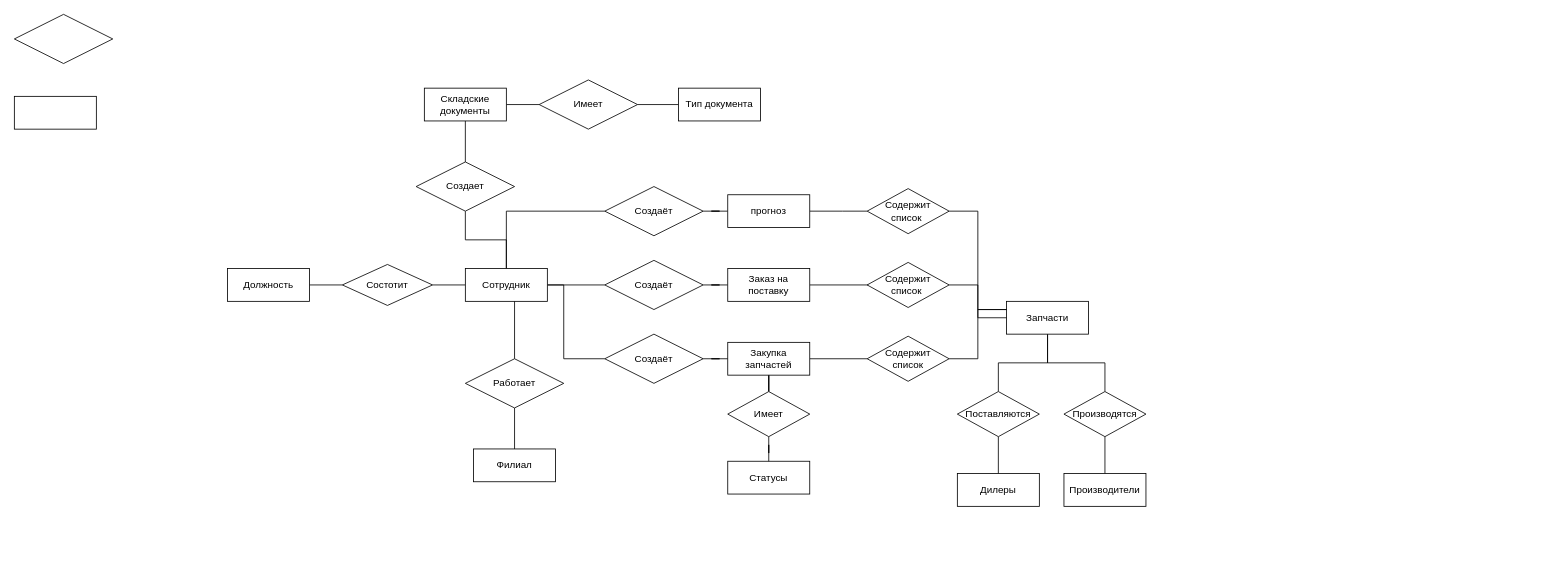
Before: ER модель.drawio in aapoplavskii/Project_Otus_SA, a draw.io diagram. Source tidied: cells renumbered, new cells numbered last; positions are measured from the earlier drawing's top-left corner, leaving out a move shared by most shapes. Both pictures are drawn from the tidied source at 82%, with x=0, y=0 at pixel (14, 14).
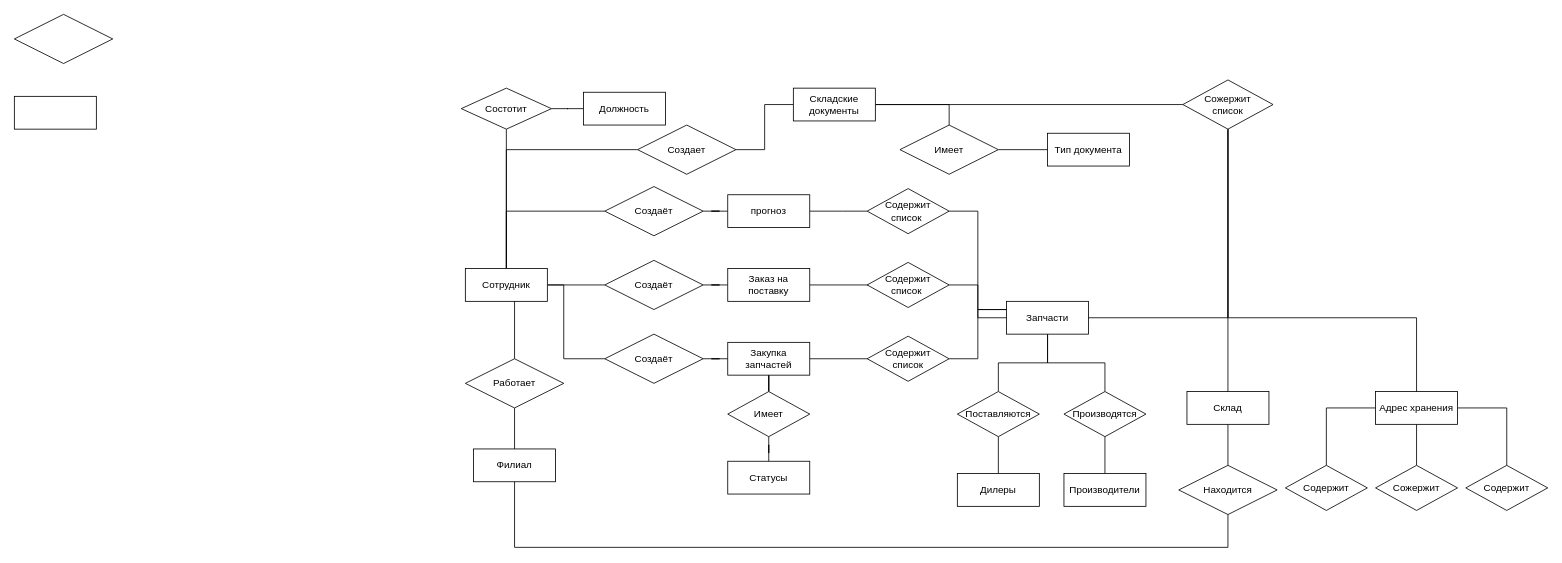
The same page after the edit.

Commit message (it also covers changes not shown here):
доделал er ER модель

Unchanged cells that the change refers to:
```xml
<mxCell id="8" value="Сотрудник" style="whiteSpace=wrap;html=1;align=center;" parent="1" vertex="1">
  <mxGeometry x="550" y="310" width="100" height="40" as="geometry" />
</mxCell>
<mxCell id="15" value="Филиал" style="whiteSpace=wrap;html=1;align=center;" parent="1" vertex="1">
  <mxGeometry x="560" y="530" width="100" height="40" as="geometry" />
</mxCell>
<mxCell id="35" value="Запчасти" style="whiteSpace=wrap;html=1;align=center;" parent="1" vertex="1">
  <mxGeometry x="1210" y="350" width="100" height="40" as="geometry" />
</mxCell>
```

Change to the diagram source:
```diff
@@
-    <mxCell id="4" style="edgeStyle=orthogonalEdgeStyle;rounded=0;jettySize=auto;html=1;entryX=1;entryY=0.5;entryDx=0;entryDy=0;endArrow=none;endFill=0;" parent="1" edge="1" source="8" target="19">
-      <mxGeometry relative="1" as="geometry" />
-    </mxCell>
@@
-    <mxCell id="6" style="edgeStyle=orthogonalEdgeStyle;rounded=0;jettySize=auto;html=1;entryX=0.5;entryY=1;entryDx=0;entryDy=0;endArrow=none;endFill=0;" parent="1" edge="1" source="8" target="27">
-      <mxGeometry relative="1" as="geometry" />
+    <mxCell id="6" style="edgeStyle=orthogonalEdgeStyle;rounded=0;jettySize=auto;html=1;entryX=0;entryY=0.5;entryDx=0;entryDy=0;endArrow=none;endFill=0;" parent="1" edge="1" source="8" target="27">
+      <mxGeometry relative="1" as="geometry">
+        <Array as="points">
+          <mxPoint x="600" y="165" />
+        </Array>
+      </mxGeometry>
     </mxCell>
@@
+    <mxCell id="4" style="edgeStyle=orthogonalEdgeStyle;rounded=0;jettySize=auto;html=1;entryX=0.5;entryY=1;entryDx=0;entryDy=0;endArrow=none;endFill=0;" parent="1" edge="1" source="8" target="19">
+      <mxGeometry relative="1" as="geometry" />
+    </mxCell>
@@
-    <mxCell id="18" style="edgeStyle=orthogonalEdgeStyle;rounded=0;jettySize=auto;html=1;entryX=1;entryY=0.5;entryDx=0;entryDy=0;endArrow=none;endFill=0;" parent="1" edge="1" source="19" target="20">
+    <mxCell id="18" style="edgeStyle=orthogonalEdgeStyle;rounded=0;jettySize=auto;html=1;entryX=0;entryY=0.5;entryDx=0;entryDy=0;endArrow=none;endFill=0;" parent="1" edge="1" source="19" target="20">
       <mxGeometry relative="1" as="geometry" />
     </mxCell>
     <mxCell id="19" value="Состотит" style="shape=rhombus;perimeter=rhombusPerimeter;whiteSpace=wrap;html=1;align=center;" parent="1" vertex="1">
-      <mxGeometry x="400" y="305" width="110" height="50" as="geometry" />
+      <mxGeometry x="545" y="90" width="110" height="50" as="geometry" />
     </mxCell>
     <mxCell id="20" value="Должность" style="whiteSpace=wrap;html=1;align=center;" parent="1" vertex="1">
-      <mxGeometry x="260" y="310" width="100" height="40" as="geometry" />
+      <mxGeometry x="694" y="95" width="100" height="40" as="geometry" />
     </mxCell>
@@
-    <mxCell id="26" style="edgeStyle=orthogonalEdgeStyle;rounded=0;jettySize=auto;html=1;entryX=0.5;entryY=1;entryDx=0;entryDy=0;endArrow=none;endFill=0;" parent="1" edge="1" source="27" target="29">
+    <mxCell id="26" style="edgeStyle=orthogonalEdgeStyle;rounded=0;jettySize=auto;html=1;entryX=0;entryY=0.5;entryDx=0;entryDy=0;endArrow=none;endFill=0;" parent="1" edge="1" source="27" target="29">
       <mxGeometry relative="1" as="geometry" />
     </mxCell>
     <mxCell id="27" value="Создает" style="shape=rhombus;perimeter=rhombusPerimeter;whiteSpace=wrap;html=1;align=center;" parent="1" vertex="1">
-      <mxGeometry x="490" y="180" width="120" height="60" as="geometry" />
+      <mxGeometry x="760" y="135" width="120" height="60" as="geometry" />
     </mxCell>
+    <mxCell id="55" style="edgeStyle=orthogonalEdgeStyle;rounded=0;jettySize=auto;html=1;endArrow=none;endFill=0;" parent="1" edge="1" source="29" target="70">
+      <mxGeometry relative="1" as="geometry" />
+    </mxCell>
-    <mxCell id="28" style="edgeStyle=orthogonalEdgeStyle;rounded=0;jettySize=auto;html=1;entryX=0;entryY=0.5;entryDx=0;entryDy=0;endArrow=none;endFill=0;" parent="1" edge="1" source="29" target="31">
+    <mxCell id="28" style="edgeStyle=orthogonalEdgeStyle;rounded=0;jettySize=auto;html=1;entryX=0.5;entryY=0;entryDx=0;entryDy=0;endArrow=none;endFill=0;" parent="1" edge="1" source="29" target="31">
       <mxGeometry relative="1" as="geometry" />
     </mxCell>
     <mxCell id="29" value="Складские документы" style="whiteSpace=wrap;html=1;align=center;" parent="1" vertex="1">
-      <mxGeometry x="500" y="90" width="100" height="40" as="geometry" />
+      <mxGeometry x="950" y="90" width="100" height="40" as="geometry" />
     </mxCell>
-    <mxCell id="30" style="edgeStyle=orthogonalEdgeStyle;rounded=0;jettySize=auto;html=1;entryX=0;entryY=0.5;entryDx=0;entryDy=0;endArrow=none;endFill=0;" parent="1" edge="1" source="31" target="32">
-      <mxGeometry relative="1" as="geometry" />
-    </mxCell>
-    <mxCell id="31" value="Имеет" style="shape=rhombus;perimeter=rhombusPerimeter;whiteSpace=wrap;html=1;align=center;" parent="1" vertex="1">
-      <mxGeometry x="640" y="80" width="120" height="60" as="geometry" />
-    </mxCell>
-    <mxCell id="32" value="Тип документа" style="whiteSpace=wrap;html=1;align=center;" parent="1" vertex="1">
-      <mxGeometry x="810" y="90" width="100" height="40" as="geometry" />
-    </mxCell>
@@
+    <mxCell id="56" style="edgeStyle=orthogonalEdgeStyle;rounded=0;jettySize=auto;html=1;endArrow=none;endFill=0;entryX=0.5;entryY=0;entryDx=0;entryDy=0;" parent="1" edge="1" source="57" target="59">
+      <mxGeometry relative="1" as="geometry" />
+    </mxCell>
+    <mxCell id="57" value="Склад" style="whiteSpace=wrap;html=1;align=center;" parent="1" vertex="1">
+      <mxGeometry x="1430" y="460" width="100" height="40" as="geometry" />
+    </mxCell>
+    <mxCell id="58" style="edgeStyle=orthogonalEdgeStyle;rounded=0;jettySize=auto;html=1;entryX=0.5;entryY=1;entryDx=0;entryDy=0;exitX=0.5;exitY=1;exitDx=0;exitDy=0;endArrow=none;endFill=0;" parent="1" edge="1" source="59" target="15">
+      <mxGeometry relative="1" as="geometry">
+        <Array as="points">
+          <mxPoint x="1480" y="650" />
+          <mxPoint x="610" y="650" />
+        </Array>
+      </mxGeometry>
+    </mxCell>
+    <mxCell id="59" value="Находится" style="shape=rhombus;perimeter=rhombusPerimeter;whiteSpace=wrap;html=1;align=center;rotation=0;" parent="1" vertex="1">
+      <mxGeometry x="1420" y="550" width="120" height="60" as="geometry" />
+    </mxCell>
+    <mxCell id="60" style="edgeStyle=orthogonalEdgeStyle;rounded=0;jettySize=auto;html=1;endArrow=none;endFill=0;" parent="1" edge="1" source="63" target="64">
+      <mxGeometry relative="1" as="geometry" />
+    </mxCell>
+    <mxCell id="61" style="edgeStyle=orthogonalEdgeStyle;rounded=0;jettySize=auto;html=1;entryX=0.5;entryY=0;entryDx=0;entryDy=0;endArrow=none;endFill=0;" parent="1" edge="1" source="63" target="65">
+      <mxGeometry relative="1" as="geometry" />
+    </mxCell>
+    <mxCell id="62" style="edgeStyle=orthogonalEdgeStyle;rounded=0;jettySize=auto;html=1;entryX=0.5;entryY=0;entryDx=0;entryDy=0;endArrow=none;endFill=0;" parent="1" edge="1" source="63" target="66">
+      <mxGeometry relative="1" as="geometry" />
+    </mxCell>
+    <mxCell id="63" value="Адрес хранения" style="whiteSpace=wrap;html=1;align=center;" parent="1" vertex="1">
+      <mxGeometry x="1660" y="460" width="100" height="40" as="geometry" />
+    </mxCell>
+    <mxCell id="64" value="Содержит" style="shape=rhombus;perimeter=rhombusPerimeter;whiteSpace=wrap;html=1;align=center;" parent="1" vertex="1">
+      <mxGeometry x="1550" y="550" width="100" height="55" as="geometry" />
+    </mxCell>
+    <mxCell id="65" value="Сожержит" style="shape=rhombus;perimeter=rhombusPerimeter;whiteSpace=wrap;html=1;align=center;" parent="1" vertex="1">
+      <mxGeometry x="1660" y="550" width="100" height="55" as="geometry" />
+    </mxCell>
+    <mxCell id="66" value="Содержит" style="shape=rhombus;perimeter=rhombusPerimeter;whiteSpace=wrap;html=1;align=center;" parent="1" vertex="1">
+      <mxGeometry x="1770" y="550" width="100" height="55" as="geometry" />
+    </mxCell>
+    <mxCell id="67" style="edgeStyle=orthogonalEdgeStyle;rounded=0;jettySize=auto;html=1;endArrow=none;endFill=0;" parent="1" edge="1" source="70" target="57">
+      <mxGeometry relative="1" as="geometry" />
+    </mxCell>
+    <mxCell id="68" style="edgeStyle=orthogonalEdgeStyle;rounded=0;jettySize=auto;html=1;entryX=1;entryY=0.5;entryDx=0;entryDy=0;endArrow=none;endFill=0;" parent="1" edge="1" source="70" target="35">
+      <mxGeometry relative="1" as="geometry">
+        <Array as="points">
+          <mxPoint x="1480" y="370" />
+        </Array>
+      </mxGeometry>
+    </mxCell>
+    <mxCell id="69" style="edgeStyle=orthogonalEdgeStyle;rounded=0;jettySize=auto;html=1;endArrow=none;endFill=0;" parent="1" edge="1" source="70" target="63">
+      <mxGeometry relative="1" as="geometry">
+        <Array as="points">
+          <mxPoint x="1480" y="370" />
+          <mxPoint x="1710" y="370" />
+        </Array>
+      </mxGeometry>
+    </mxCell>
+    <mxCell id="70" value="Сожержит &lt;br&gt;список" style="rhombus;whiteSpace=wrap;html=1;" parent="1" vertex="1">
+      <mxGeometry x="1425" y="80" width="110" height="60" as="geometry" />
+    </mxCell>
+    <mxCell id="32" value="Тип документа" style="whiteSpace=wrap;html=1;align=center;" parent="1" vertex="1">
+      <mxGeometry x="1260" y="145" width="100" height="40" as="geometry" />
+    </mxCell>
+    <mxCell id="30" style="edgeStyle=orthogonalEdgeStyle;rounded=0;jettySize=auto;html=1;entryX=0;entryY=0.5;entryDx=0;entryDy=0;endArrow=none;endFill=0;" parent="1" edge="1" source="31" target="32">
+      <mxGeometry relative="1" as="geometry" />
+    </mxCell>
+    <mxCell id="31" value="Имеет" style="shape=rhombus;perimeter=rhombusPerimeter;whiteSpace=wrap;html=1;align=center;" parent="1" vertex="1">
+      <mxGeometry x="1080" y="135" width="120" height="60" as="geometry" />
+    </mxCell>
```
